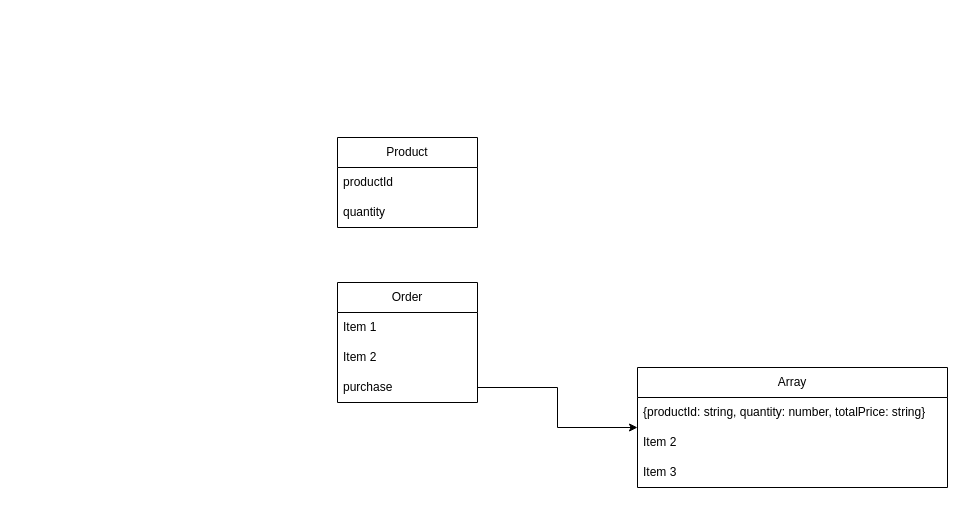
Before: WatchProject.drawio in lamxuanthinh/DRAW.IO, a draw.io diagram. Source tidied: cells renumbered, new cells numbered last; positions are measured from the earlier drawing's top-left corner, leaving out a move shared by most shapes. Both pictures are drawn from the tidied source at 100%, with x=0, y=0 at pixel (337, 137).
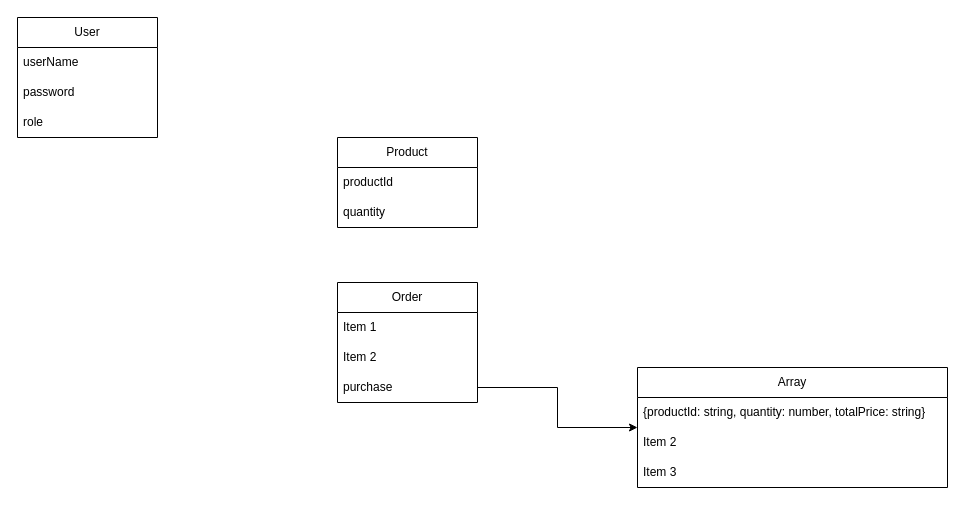
The same page after the edit.

The edit, as a diff of the source:
```diff
@@
 <mxGraphModel>
   <root>
     <mxCell id="0" />
     <mxCell id="1" parent="0" />
     <mxCell id="2" value="Product" style="swimlane;fontStyle=0;horizontal=1;startSize=30;whiteSpace=wrap;html=1;" parent="1" vertex="1">
       <mxGeometry width="140" height="90" as="geometry" />
     </mxCell>
     <mxCell id="3" value="productId" style="text;strokeColor=none;fillColor=none;align=left;verticalAlign=middle;spacingLeft=4;spacingRight=4;overflow=hidden;whiteSpace=wrap;html=1;" parent="2" vertex="1">
       <mxGeometry y="30" width="140" height="30" as="geometry" />
     </mxCell>
     <mxCell id="4" value="quantity" style="text;strokeColor=none;fillColor=none;align=left;verticalAlign=middle;spacingLeft=4;spacingRight=4;overflow=hidden;whiteSpace=wrap;html=1;" parent="2" vertex="1">
       <mxGeometry y="60" width="140" height="30" as="geometry" />
     </mxCell>
     <mxCell id="5" value="Order" style="swimlane;fontStyle=0;horizontal=1;startSize=30;whiteSpace=wrap;html=1;" parent="1" vertex="1">
       <mxGeometry y="145" width="140" height="120" as="geometry" />
     </mxCell>
     <mxCell id="6" value="Item 1" style="text;strokeColor=none;fillColor=none;align=left;verticalAlign=middle;spacingLeft=4;spacingRight=4;overflow=hidden;whiteSpace=wrap;html=1;" parent="5" vertex="1">
       <mxGeometry y="30" width="140" height="30" as="geometry" />
     </mxCell>
     <mxCell id="7" value="Item 2" style="text;strokeColor=none;fillColor=none;align=left;verticalAlign=middle;spacingLeft=4;spacingRight=4;overflow=hidden;whiteSpace=wrap;html=1;" parent="5" vertex="1">
       <mxGeometry y="60" width="140" height="30" as="geometry" />
     </mxCell>
     <mxCell id="8" value="purchase" style="text;strokeColor=none;fillColor=none;align=left;verticalAlign=middle;spacingLeft=4;spacingRight=4;overflow=hidden;points=[[0,0.5],[1,0.5]];portConstraint=eastwest;whiteSpace=wrap;html=1;" parent="5" vertex="1">
       <mxGeometry y="90" width="140" height="30" as="geometry" />
     </mxCell>
     <mxCell id="9" value="Array" style="swimlane;fontStyle=0;horizontal=1;startSize=30;whiteSpace=wrap;html=1;" parent="1" vertex="1">
       <mxGeometry x="300" y="230" width="310" height="120" as="geometry" />
     </mxCell>
     <mxCell id="10" value="{productId: string, quantity: number, totalPrice: string}" style="text;strokeColor=none;fillColor=none;align=left;verticalAlign=middle;spacingLeft=4;spacingRight=4;overflow=hidden;whiteSpace=wrap;html=1;" parent="9" vertex="1">
       <mxGeometry y="30" width="310" height="30" as="geometry" />
     </mxCell>
     <mxCell id="11" value="Item 2" style="text;strokeColor=none;fillColor=none;align=left;verticalAlign=middle;spacingLeft=4;spacingRight=4;overflow=hidden;whiteSpace=wrap;html=1;" parent="9" vertex="1">
       <mxGeometry y="60" width="310" height="30" as="geometry" />
     </mxCell>
     <mxCell id="12" value="Item 3" style="text;strokeColor=none;fillColor=none;align=left;verticalAlign=middle;spacingLeft=4;spacingRight=4;overflow=hidden;whiteSpace=wrap;html=1;" parent="9" vertex="1">
       <mxGeometry y="90" width="310" height="30" as="geometry" />
     </mxCell>
     <mxCell id="13" style="edgeStyle=orthogonalEdgeStyle;rounded=0;jettySize=auto;html=1;" parent="1" edge="1" source="8" target="9">
       <mxGeometry relative="1" as="geometry" />
     </mxCell>
+    <mxCell id="14" value="User" style="swimlane;fontStyle=0;horizontal=1;startSize=30;whiteSpace=wrap;html=1;" parent="1" vertex="1">
+      <mxGeometry x="-320" y="-120" width="140" height="120" as="geometry" />
+    </mxCell>
+    <mxCell id="15" value="userName" style="text;strokeColor=none;fillColor=none;align=left;verticalAlign=middle;spacingLeft=4;spacingRight=4;overflow=hidden;whiteSpace=wrap;html=1;" parent="14" vertex="1">
+      <mxGeometry y="30" width="140" height="30" as="geometry" />
+    </mxCell>
+    <mxCell id="16" value="password" style="text;strokeColor=none;fillColor=none;align=left;verticalAlign=middle;spacingLeft=4;spacingRight=4;overflow=hidden;whiteSpace=wrap;html=1;" parent="14" vertex="1">
+      <mxGeometry y="60" width="140" height="30" as="geometry" />
+    </mxCell>
+    <mxCell id="17" value="role" style="text;strokeColor=none;fillColor=none;align=left;verticalAlign=middle;spacingLeft=4;spacingRight=4;overflow=hidden;whiteSpace=wrap;html=1;" parent="14" vertex="1">
+      <mxGeometry y="90" width="140" height="30" as="geometry" />
+    </mxCell>
   </root>
 </mxGraphModel>
```
